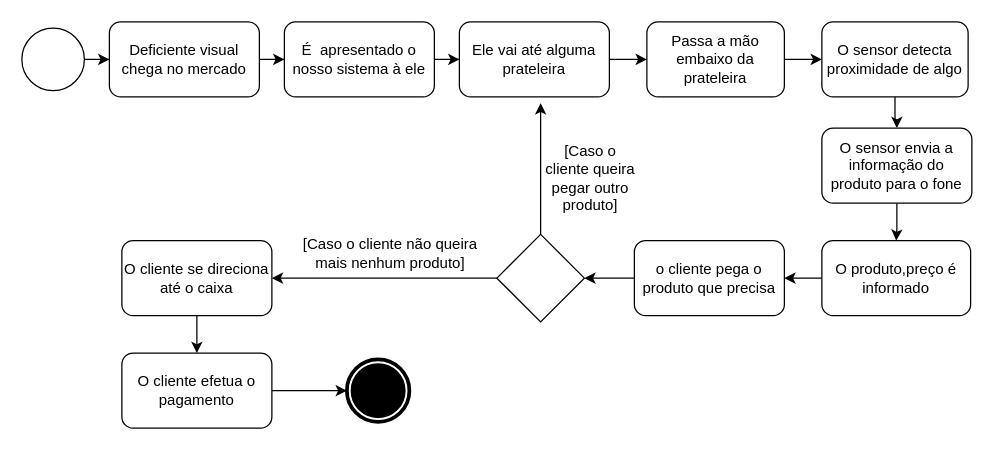
manoelalmeida-io/BlindMarket keeps this draw.io diagram as Documentação/Driagrama/diagramablindmarket-ação-cliente.drawio. Above is the earlier version. Source tidied: cells renumbered, new cells numbered last; positions are measured from the earlier drawing's top-left corner, leaving out a move shared by most shapes. Both pictures are drawn from the tidied source at 125%, with x=0, y=0 at pixel (21, 21).
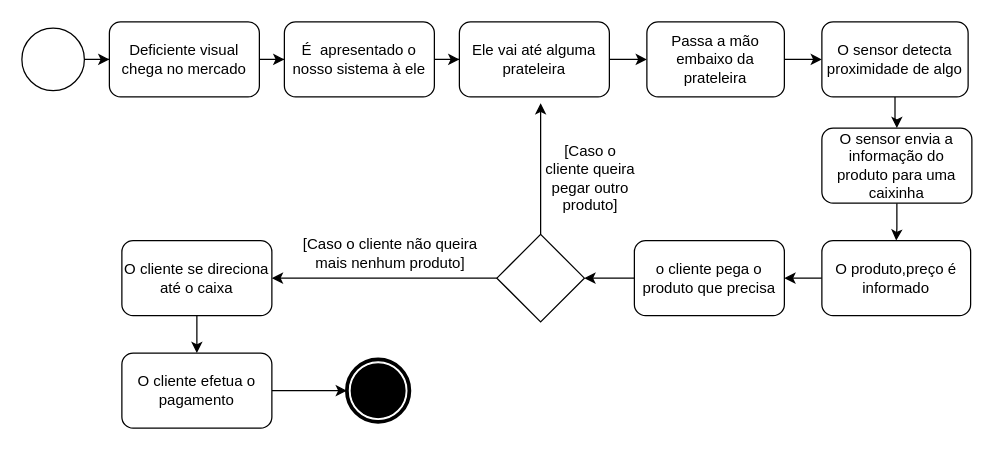
The same diagram, later.

Commit message (it also covers changes not shown here):
alteração no diagrama

Change to the diagram source:
```diff
@@
-    <mxCell id="15" value="O sensor envia a informação do produto para o fone" style="rounded=1;whiteSpace=wrap;html=1;" parent="1" vertex="1">
+    <mxCell id="15" value="O sensor envia a informação do produto para uma caixinha" style="rounded=1;whiteSpace=wrap;html=1;" parent="1" vertex="1">
       <mxGeometry x="640" y="85" width="120" height="60" as="geometry" />
     </mxCell>
```
